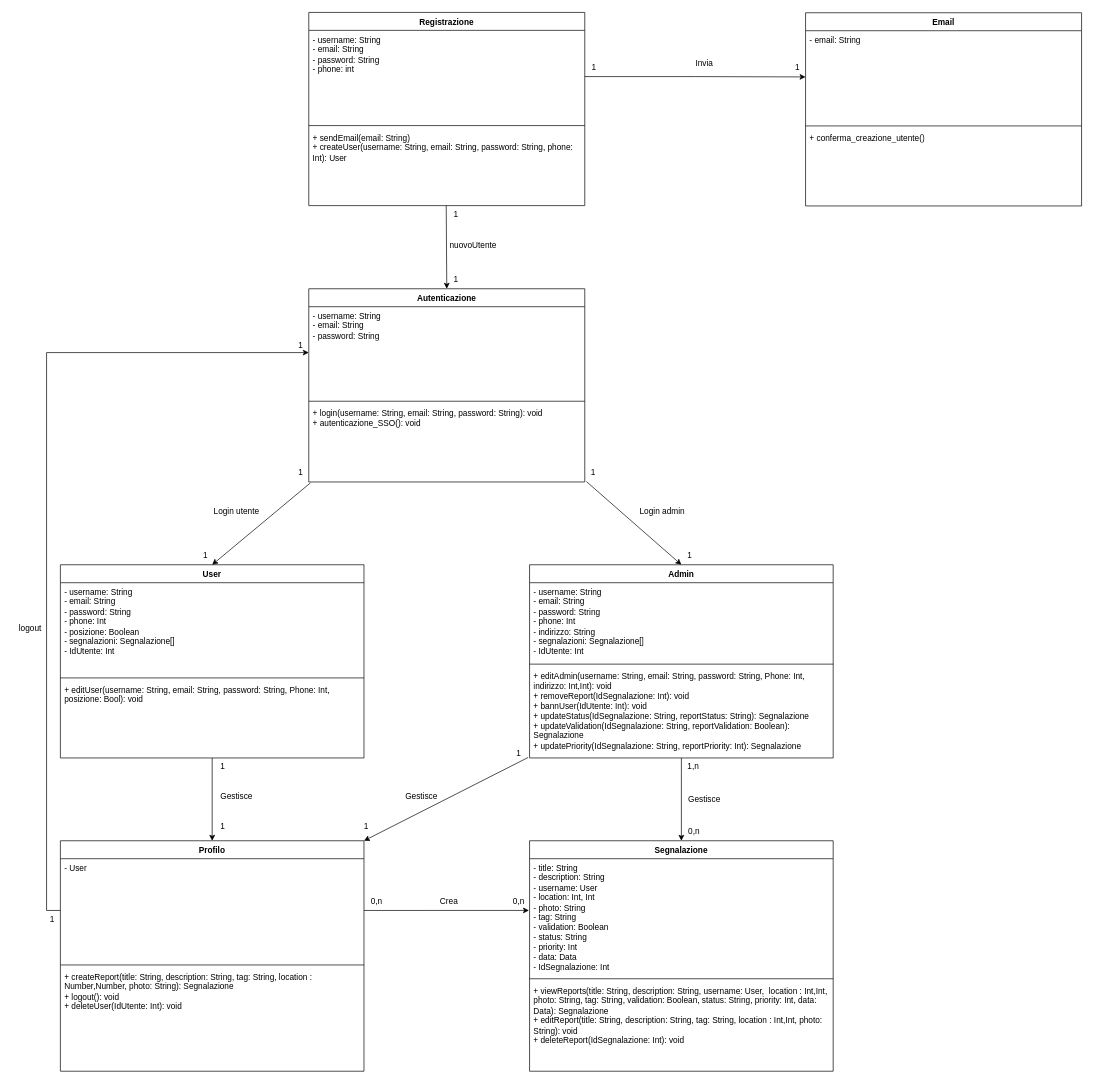
Before: page "Copia di Nuovo" (3 of 4) of DiagrammaDelleClassi.drawio in LucaBarbolini/Prova1, a draw.io diagram. Source tidied: cells renumbered, new cells numbered last; positions are measured from the earlier drawing's top-left corner, leaving out a move shared by most shapes. Both pictures are drawn from the tidied source at 69%, with x=0, y=0 at pixel (12, 12).
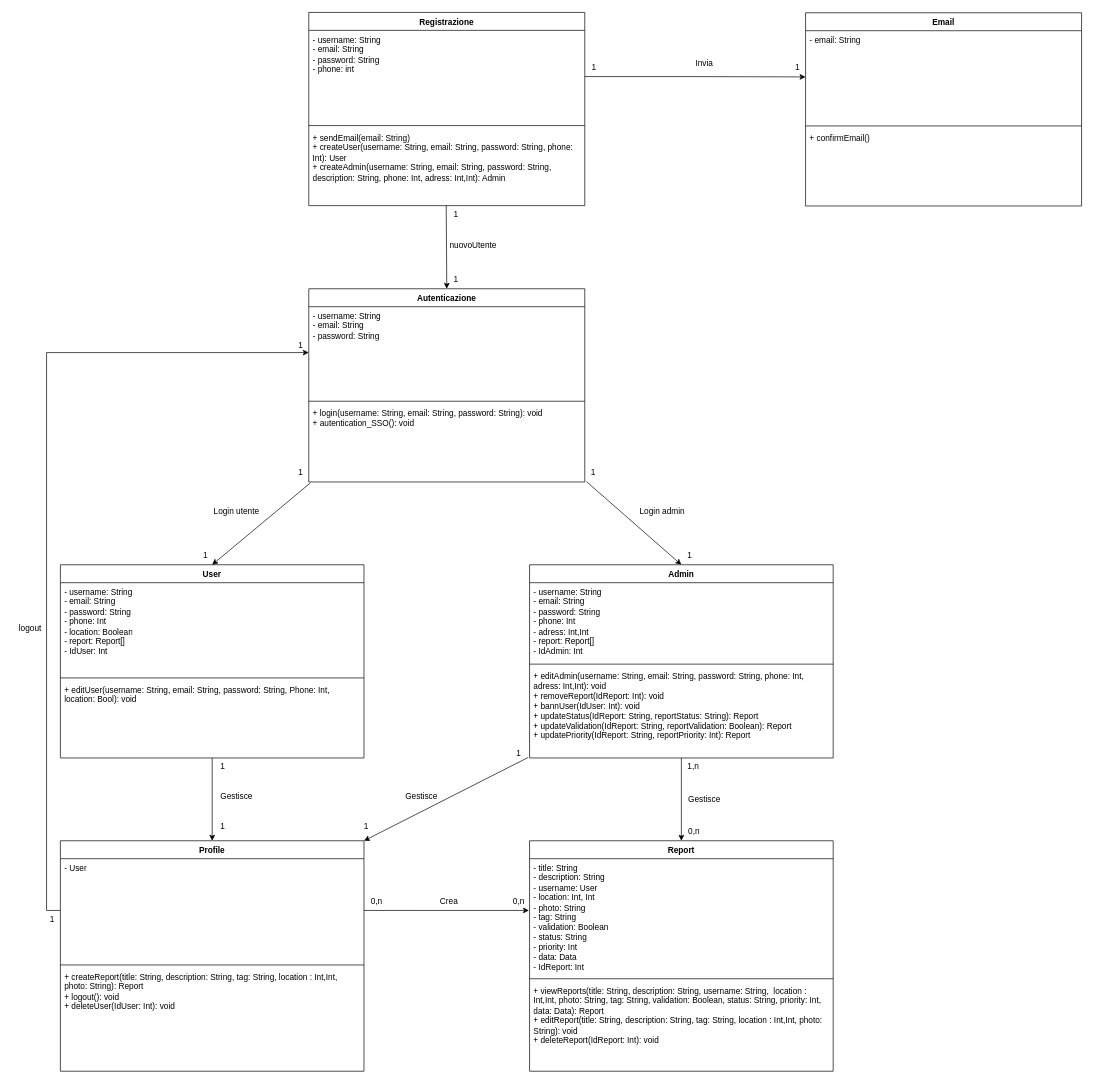
The same diagram, later.

Unchanged cells that the change refers to:
```xml
<mxCell id="3" value="User" style="swimlane;fontStyle=1;align=center;verticalAlign=top;horizontal=1;startSize=26;whiteSpace=wrap;html=1;" parent="1" vertex="1">
  <mxGeometry x="70" y="800" width="440" height="280" as="geometry" />
</mxCell>
<mxCell id="17" value="Email" style="swimlane;fontStyle=1;align=center;verticalAlign=top;horizontal=1;startSize=26;whiteSpace=wrap;html=1;" parent="1" vertex="1">
  <mxGeometry x="1150" width="400" height="280" as="geometry" />
</mxCell>
<mxCell id="24" value="Registrazione" style="swimlane;fontStyle=1;align=center;verticalAlign=top;horizontal=1;startSize=26;whiteSpace=wrap;html=1;" parent="1" vertex="1">
  <mxGeometry x="430" y="-0.5" width="400" height="280" as="geometry" />
</mxCell>
<mxCell id="28" value="Autenticazione" style="swimlane;fontStyle=1;align=center;verticalAlign=top;horizontal=1;startSize=26;whiteSpace=wrap;html=1;" parent="1" vertex="1">
  <mxGeometry x="430" y="400" width="400" height="280" as="geometry" />
</mxCell>
<mxCell id="62" value="&lt;font&gt;Admin&lt;/font&gt;" style="swimlane;fontStyle=1;align=center;verticalAlign=top;horizontal=1;startSize=26;whiteSpace=wrap;html=1;" parent="1" vertex="1">
  <mxGeometry x="750" y="800" width="440" height="280" as="geometry" />
</mxCell>
```

Change to the diagram source:
```diff
@@
-    <mxCell id="4" value="- username: String&lt;div&gt;- email: String&lt;/div&gt;&lt;div&gt;- password: String&lt;/div&gt;&lt;div&gt;- phone: Int&lt;/div&gt;&lt;div&gt;- posizione: Boolean&lt;/div&gt;&lt;div&gt;- segnalazioni: Segnalazione[]&lt;/div&gt;&lt;div&gt;- IdUtente: Int&lt;/div&gt;" style="text;strokeColor=none;fillColor=none;align=left;verticalAlign=top;spacingLeft=4;spacingRight=4;overflow=hidden;whiteSpace=wrap;html=1;" parent="3" vertex="1">
+    <mxCell id="4" value="- username: String&lt;div&gt;- email: String&lt;/div&gt;&lt;div&gt;- password: String&lt;/div&gt;&lt;div&gt;- phone: Int&lt;/div&gt;&lt;div&gt;- location: Boolean&lt;/div&gt;&lt;div&gt;- report: Report[]&lt;/div&gt;&lt;div&gt;- IdUser: Int&lt;/div&gt;" style="text;strokeColor=none;fillColor=none;align=left;verticalAlign=top;spacingLeft=4;spacingRight=4;overflow=hidden;whiteSpace=wrap;html=1;" parent="3" vertex="1">
       <mxGeometry y="26" width="440" height="134" as="geometry" />
     </mxCell>
@@
-    <mxCell id="6" value="+ editUser(username: String, email: String, password: String, Phone: Int, posizione: Bool): void" style="text;strokeColor=none;fillColor=none;align=left;verticalAlign=top;spacingLeft=4;spacingRight=4;overflow=hidden;whiteSpace=wrap;html=1;" parent="3" vertex="1">
+    <mxCell id="6" value="+ editUser(username: String, email: String, password: String, Phone: Int, location: Bool): void" style="text;strokeColor=none;fillColor=none;align=left;verticalAlign=top;spacingLeft=4;spacingRight=4;overflow=hidden;whiteSpace=wrap;html=1;" parent="3" vertex="1">
       <mxGeometry y="168" width="440" height="112" as="geometry" />
     </mxCell>
@@
-    <mxCell id="8" value="Profilo" style="swimlane;fontStyle=1;align=center;verticalAlign=top;horizontal=1;startSize=26;whiteSpace=wrap;html=1;" parent="1" vertex="1">
+    <mxCell id="8" value="Profile" style="swimlane;fontStyle=1;align=center;verticalAlign=top;horizontal=1;startSize=26;whiteSpace=wrap;html=1;" parent="1" vertex="1">
       <mxGeometry x="70" y="1200" width="440" height="334" as="geometry" />
     </mxCell>
@@
-    <mxCell id="11" value="&lt;div&gt;+ createReport(title: String, description: String, tag: String, location : Number,Number, photo: String): Segnalazione&lt;/div&gt;&lt;div&gt;+ logout(): void&lt;/div&gt;&lt;div&gt;+ deleteUser(IdUtente: Int): void&lt;/div&gt;" style="text;strokeColor=none;fillColor=none;align=left;verticalAlign=top;spacingLeft=4;spacingRight=4;overflow=hidden;whiteSpace=wrap;html=1;" parent="8" vertex="1">
+    <mxCell id="11" value="&lt;div&gt;+ createReport(title: String, description: String, tag: String, location : Int,Int, photo: String): Report&lt;/div&gt;&lt;div&gt;+ logout(): void&lt;/div&gt;&lt;div&gt;+ deleteUser(IdUser: Int): void&lt;/div&gt;" style="text;strokeColor=none;fillColor=none;align=left;verticalAlign=top;spacingLeft=4;spacingRight=4;overflow=hidden;whiteSpace=wrap;html=1;" parent="8" vertex="1">
       <mxGeometry y="184" width="440" height="150" as="geometry" />
     </mxCell>
-    <mxCell id="12" value="Segnalazione" style="swimlane;fontStyle=1;align=center;verticalAlign=top;horizontal=1;startSize=26;whiteSpace=wrap;html=1;" parent="1" vertex="1">
+    <mxCell id="12" value="Report" style="swimlane;fontStyle=1;align=center;verticalAlign=top;horizontal=1;startSize=26;whiteSpace=wrap;html=1;" parent="1" vertex="1">
       <mxGeometry x="750" y="1200" width="440" height="334" as="geometry" />
     </mxCell>
-    <mxCell id="13" value="- title: String&lt;div&gt;- description: String&lt;/div&gt;&lt;div&gt;- username: User&lt;/div&gt;&lt;div&gt;- location: Int, Int&lt;/div&gt;&lt;div&gt;- photo: String&lt;/div&gt;&lt;div&gt;- tag: String&lt;/div&gt;&lt;div&gt;- validation: Boolean&lt;/div&gt;&lt;div&gt;- status: String&lt;/div&gt;&lt;div&gt;- priority: Int&lt;/div&gt;&lt;div&gt;- data: Data&lt;/div&gt;&lt;div&gt;- IdSegnalazione: Int&lt;/div&gt;" style="text;strokeColor=none;fillColor=none;align=left;verticalAlign=top;spacingLeft=4;spacingRight=4;overflow=hidden;points=[[0,0.5],[1,0.5]];portConstraint=eastwest;whiteSpace=wrap;html=1;" parent="12" vertex="1">
+    <mxCell id="13" value="- title: String&lt;div&gt;- description: String&lt;/div&gt;&lt;div&gt;- username: User&lt;/div&gt;&lt;div&gt;- location: Int, Int&lt;/div&gt;&lt;div&gt;- photo: String&lt;/div&gt;&lt;div&gt;- tag: String&lt;/div&gt;&lt;div&gt;- validation: Boolean&lt;/div&gt;&lt;div&gt;- status: String&lt;/div&gt;&lt;div&gt;- priority: Int&lt;/div&gt;&lt;div&gt;- data: Data&lt;/div&gt;&lt;div&gt;- IdReport: Int&lt;/div&gt;" style="text;strokeColor=none;fillColor=none;align=left;verticalAlign=top;spacingLeft=4;spacingRight=4;overflow=hidden;points=[[0,0.5],[1,0.5]];portConstraint=eastwest;whiteSpace=wrap;html=1;" parent="12" vertex="1">
       <mxGeometry y="26" width="440" height="170" as="geometry" />
     </mxCell>
@@
-    <mxCell id="15" value="&lt;div&gt;+ viewReports(&lt;span style=&quot;background-color: transparent; color: light-dark(rgb(0, 0, 0), rgb(255, 255, 255));&quot;&gt;title: String, description: String, username: User,&amp;nbsp; location : Int,Int, photo: String,&amp;nbsp;&lt;/span&gt;&lt;span style=&quot;background-color: transparent; color: light-dark(rgb(0, 0, 0), rgb(255, 255, 255));&quot;&gt;tag: String, validation: Boolean, status: String, priority: Int, data: Data&lt;/span&gt;&lt;span style=&quot;background-color: transparent; color: light-dark(rgb(0, 0, 0), rgb(255, 255, 255));&quot;&gt;): Segnalazione&lt;/span&gt;&lt;/div&gt;&lt;div&gt;+ editReport(title: String, description: String, tag: String, location : Int,Int, photo: String): void&lt;/div&gt;&lt;div&gt;+ deleteReport(IdSegnalazione: Int): void&lt;/div&gt;" style="text;strokeColor=none;fillColor=none;align=left;verticalAlign=top;spacingLeft=4;spacingRight=4;overflow=hidden;whiteSpace=wrap;html=1;" parent="12" vertex="1">
+    <mxCell id="15" value="&lt;div&gt;+ viewReports(&lt;span style=&quot;background-color: transparent; color: light-dark(rgb(0, 0, 0), rgb(255, 255, 255));&quot;&gt;title: String, description: String, username: String,&amp;nbsp; location : Int,Int, photo: String,&amp;nbsp;&lt;/span&gt;&lt;span style=&quot;background-color: transparent; color: light-dark(rgb(0, 0, 0), rgb(255, 255, 255));&quot;&gt;tag: String, validation: Boolean, status: String, priority: Int, data: Data&lt;/span&gt;&lt;span style=&quot;background-color: transparent; color: light-dark(rgb(0, 0, 0), rgb(255, 255, 255));&quot;&gt;): Report&lt;/span&gt;&lt;/div&gt;&lt;div&gt;+ editReport(title: String, description: String, tag: String, location : Int,Int, photo: String): void&lt;/div&gt;&lt;div&gt;+ deleteReport(IdReport: Int): void&lt;/div&gt;" style="text;strokeColor=none;fillColor=none;align=left;verticalAlign=top;spacingLeft=4;spacingRight=4;overflow=hidden;whiteSpace=wrap;html=1;" parent="12" vertex="1">
       <mxGeometry y="204" width="440" height="130" as="geometry" />
     </mxCell>
@@
-    <mxCell id="20" value="&lt;div&gt;&lt;span style=&quot;background-color: transparent; color: light-dark(rgb(0, 0, 0), rgb(255, 255, 255));&quot;&gt;+ conferma_creazione_utente()&lt;/span&gt;&lt;/div&gt;" style="text;strokeColor=none;fillColor=none;align=left;verticalAlign=top;spacingLeft=4;spacingRight=4;overflow=hidden;whiteSpace=wrap;html=1;" parent="17" vertex="1">
+    <mxCell id="20" value="&lt;div&gt;&lt;span style=&quot;background-color: transparent; color: light-dark(rgb(0, 0, 0), rgb(255, 255, 255));&quot;&gt;+ confirmEmail()&lt;/span&gt;&lt;/div&gt;" style="text;strokeColor=none;fillColor=none;align=left;verticalAlign=top;spacingLeft=4;spacingRight=4;overflow=hidden;whiteSpace=wrap;html=1;" parent="17" vertex="1">
       <mxGeometry y="168" width="400" height="112" as="geometry" />
     </mxCell>
@@
-    <mxCell id="27" value="&lt;div&gt;&lt;span style=&quot;background-color: transparent; color: light-dark(rgb(0, 0, 0), rgb(255, 255, 255));&quot;&gt;+ sendEmail(email: String)&lt;/span&gt;&lt;/div&gt;&lt;div&gt;+ createUser(username: String, email: String, password: String, phone: Int): User&lt;/div&gt;&lt;div&gt;&lt;br&gt;&lt;/div&gt;" style="text;strokeColor=none;fillColor=none;align=left;verticalAlign=top;spacingLeft=4;spacingRight=4;overflow=hidden;points=[[0,0.5],[1,0.5]];portConstraint=eastwest;whiteSpace=wrap;html=1;" parent="24" vertex="1">
+    <mxCell id="27" value="&lt;div&gt;&lt;span style=&quot;background-color: transparent; color: light-dark(rgb(0, 0, 0), rgb(255, 255, 255));&quot;&gt;+ sendEmail(email: String)&lt;/span&gt;&lt;/div&gt;&lt;div&gt;+ createUser(username: String, email: String, password: String, phone: Int): User&lt;/div&gt;&lt;div&gt;&lt;div&gt;+ createAdmin(username: String, email: String, password: String, description: String, phone: Int, adress: Int,Int): Admin&lt;/div&gt;&lt;div&gt;&lt;br&gt;&lt;/div&gt;&lt;/div&gt;" style="text;strokeColor=none;fillColor=none;align=left;verticalAlign=top;spacingLeft=4;spacingRight=4;overflow=hidden;points=[[0,0.5],[1,0.5]];portConstraint=eastwest;whiteSpace=wrap;html=1;" parent="24" vertex="1">
       <mxGeometry y="168" width="400" height="112" as="geometry" />
     </mxCell>
@@
-    <mxCell id="31" value="&lt;div&gt;+ login(username: String, email: String, password: String): void&lt;/div&gt;&lt;div&gt;+ autenticazione_SSO(): void&lt;/div&gt;" style="text;strokeColor=none;fillColor=none;align=left;verticalAlign=top;spacingLeft=4;spacingRight=4;overflow=hidden;points=[[0,0.5],[1,0.5]];portConstraint=eastwest;whiteSpace=wrap;html=1;" parent="28" vertex="1">
+    <mxCell id="31" value="&lt;div&gt;+ login(username: String, email: String, password: String): void&lt;/div&gt;&lt;div&gt;+ autentication_SSO(): void&lt;/div&gt;" style="text;strokeColor=none;fillColor=none;align=left;verticalAlign=top;spacingLeft=4;spacingRight=4;overflow=hidden;points=[[0,0.5],[1,0.5]];portConstraint=eastwest;whiteSpace=wrap;html=1;" parent="28" vertex="1">
       <mxGeometry y="167" width="400" height="113" as="geometry" />
     </mxCell>
@@
-    <mxCell id="63" value="- username: String&lt;div&gt;- email: String&lt;/div&gt;&lt;div&gt;- password: String&lt;/div&gt;&lt;div&gt;- phone: Int&lt;/div&gt;&lt;div&gt;- indirizzo: String&lt;/div&gt;&lt;div&gt;- segnalazioni: Segnalazione[]&lt;/div&gt;&lt;div&gt;- IdUtente: Int&lt;/div&gt;" style="text;strokeColor=none;fillColor=none;align=left;verticalAlign=top;spacingLeft=4;spacingRight=4;overflow=hidden;whiteSpace=wrap;html=1;" parent="62" vertex="1">
+    <mxCell id="63" value="- username: String&lt;div&gt;- email: String&lt;/div&gt;&lt;div&gt;- password: String&lt;/div&gt;&lt;div&gt;- phone: Int&lt;/div&gt;&lt;div&gt;- adress: Int,Int&lt;/div&gt;&lt;div&gt;- report: Report[]&lt;/div&gt;&lt;div&gt;- IdAdmin: Int&lt;/div&gt;" style="text;strokeColor=none;fillColor=none;align=left;verticalAlign=top;spacingLeft=4;spacingRight=4;overflow=hidden;whiteSpace=wrap;html=1;" parent="62" vertex="1">
       <mxGeometry y="26" width="440" height="114" as="geometry" />
     </mxCell>
@@
-    <mxCell id="65" value="&lt;div&gt;+ editAdmin(username: String, email: String, password: String, Phone: Int, indirizzo: Int,Int): void&lt;/div&gt;&lt;div&gt;+&lt;span style=&quot;background-color: transparent; color: light-dark(rgb(0, 0, 0), rgb(255, 255, 255));&quot;&gt;&amp;nbsp;removeReport(IdSegnalazione: Int): void&amp;nbsp;&lt;/span&gt;&lt;/div&gt;&lt;div&gt;+ bannUser(IdUtente: Int): void&lt;/div&gt;&lt;div&gt;&lt;div&gt;+ updateStatus(IdSegnalazione: String, reportStatus: String): Segnalazione&lt;/div&gt;&lt;div&gt;+ updateValidation(IdSegnalazione: String, reportValidation: Boolean): Segnalazione&lt;/div&gt;&lt;div&gt;+ updatePriority(IdSegnalazione: String, reportPriority: Int): Segnalazione&lt;/div&gt;&lt;/div&gt;&lt;div&gt;&lt;br&gt;&lt;/div&gt;" style="text;strokeColor=none;fillColor=none;align=left;verticalAlign=top;spacingLeft=4;spacingRight=4;overflow=hidden;points=[[0,0.5],[1,0.5]];portConstraint=eastwest;whiteSpace=wrap;html=1;" parent="62" vertex="1">
+    <mxCell id="65" value="&lt;div&gt;+ editAdmin(username: String, email: String, password: String, phone: Int, adress: Int,Int): void&lt;/div&gt;&lt;div&gt;+&lt;span style=&quot;background-color: transparent; color: light-dark(rgb(0, 0, 0), rgb(255, 255, 255));&quot;&gt;&amp;nbsp;removeReport(IdReport: Int): void&amp;nbsp;&lt;/span&gt;&lt;/div&gt;&lt;div&gt;+ bannUser(IdUser: Int): void&lt;/div&gt;&lt;div&gt;&lt;div&gt;+ updateStatus(IdReport: String, reportStatus: String): Report&lt;/div&gt;&lt;div&gt;+ updateValidation(IdReport: String, reportValidation: Boolean): Report&lt;/div&gt;&lt;div&gt;+ updatePriority(IdReport: String, reportPriority: Int): Report&lt;/div&gt;&lt;/div&gt;&lt;div&gt;&lt;br&gt;&lt;/div&gt;" style="text;strokeColor=none;fillColor=none;align=left;verticalAlign=top;spacingLeft=4;spacingRight=4;overflow=hidden;points=[[0,0.5],[1,0.5]];portConstraint=eastwest;whiteSpace=wrap;html=1;" parent="62" vertex="1">
       <mxGeometry y="148" width="440" height="132" as="geometry" />
     </mxCell>
```
